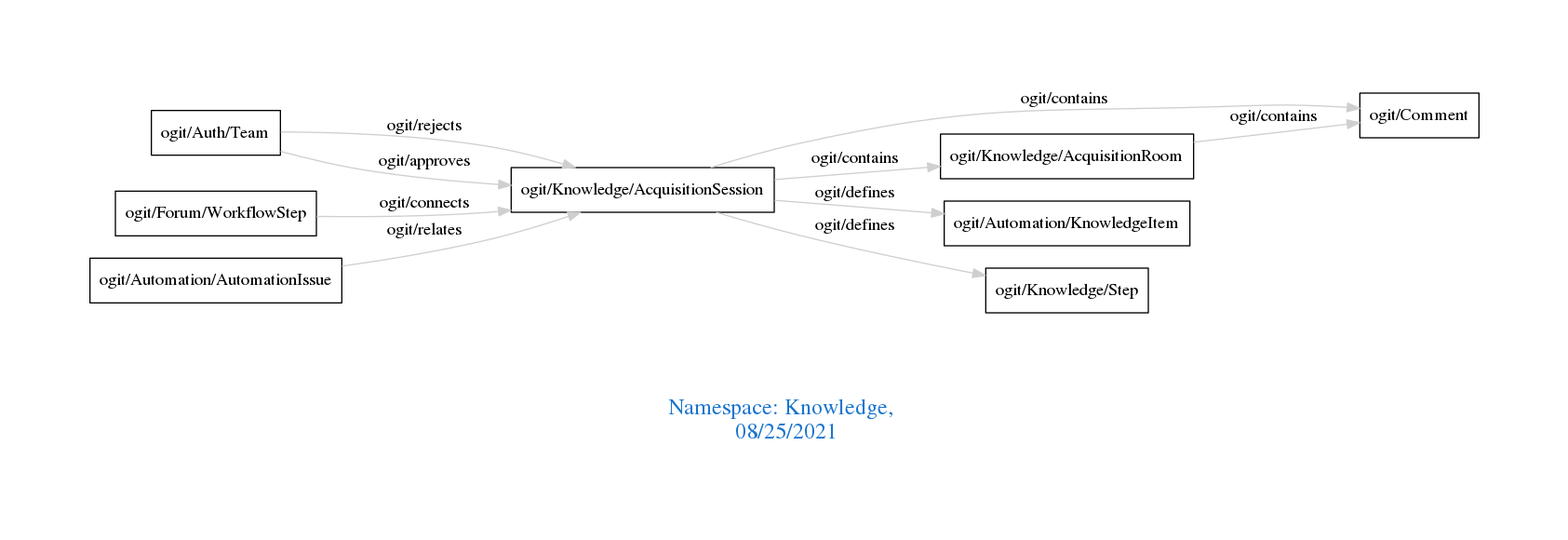
This is downloads/Knowledge.png from arago/OGIT, a Graphviz export, as it was before one commit. Its source is kept beside it as downloads/Knowledge.dot.
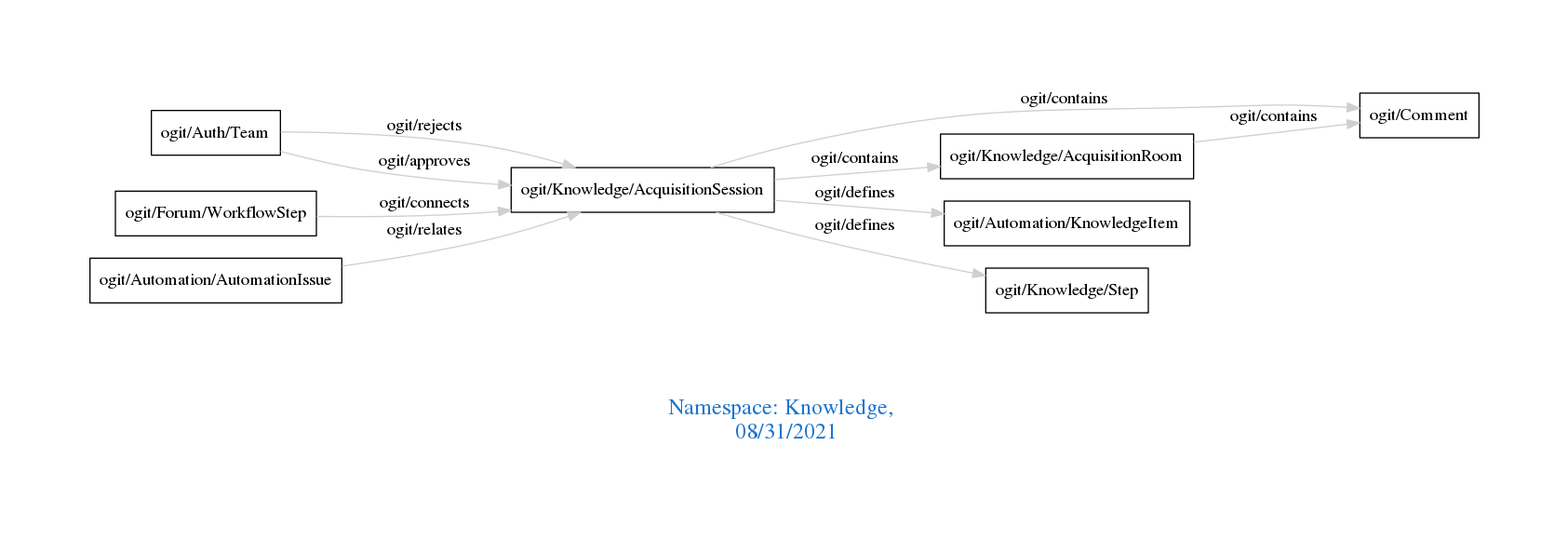
After the change.

Change to the diagram source:
```diff
@@ -1,7 +1,7 @@
 digraph OGIT_ontology {
  graph [ rankdir= LR,pad=1
 fontsize = 18,
-fontcolor= dodgerblue3,label = "\n\n\nNamespace: Knowledge, \n 08/25/2021"];
+fontcolor= dodgerblue3,label = "\n\n\nNamespace: Knowledge, \n 08/31/2021"];
 node[shape=polygon];
 edge [  color="gray81"];
 
```
